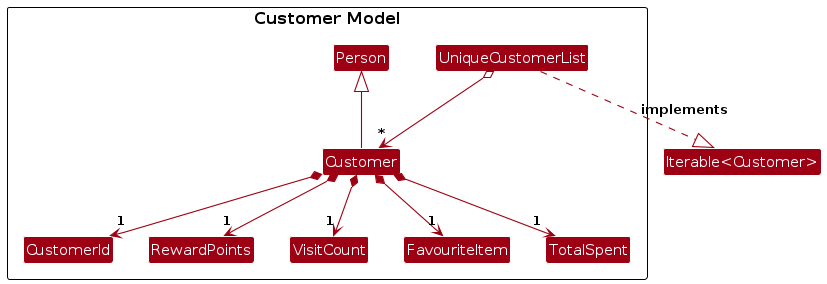
rannn367/tp keeps this PlantUML diagram as diagrams/CustomerModelClassDiagram.png. Above is the earlier version. Its source is kept beside it as diagrams/CustomerModelClassDiagram.puml. Its diagram source:
```plantuml
@startuml
!include style.puml
skinparam arrowThickness 1.1
skinparam arrowColor MODEL_COLOR
skinparam classBackgroundColor MODEL_COLOR

package "Customer Model" as CustomerModel {
    class Person

    class Customer {
        - customerId: CustomerId
        - rewardPoints: RewardPoints
        - visitCount: VisitCount
        - favouriteItem: FavouriteItem
        - totalSpent: TotalSpent
        + getCustomerId(): CustomerId
        + getRewardPoints(): RewardPoints
        + getVisitCount(): VisitCount
        + getFavouriteItem(): FavouriteItem
        + getTotalSpent(): TotalSpent
        + addRewardPoints(int): void
        + deductRewardPoints(int): void
        + incrementVisitCount(): void
        + updateTotalSpent(double): void
        + isSameCustomer(otherCustomer): boolean
        + equals(Object): boolean
        + hashCode(): int
        + toString(): String
    }

    class CustomerId {
        - {static} MESSAGE_CONSTRAINTS: String
        - {static} VALIDATION_REGEX: String
        - customerId: String
        + getCustomerId(): String
        + {static} isValidCustomerId(String): boolean
        + equals(Object): boolean
        + hashCode(): int
        + toString(): String
    }

    class RewardPoints {
        - {static} MESSAGE_CONSTRAINTS: String
        - points: int
        + getPoints(): int
        + {static} isValidPoints(int): boolean
        + equals(Object): boolean
        + hashCode(): int
        + toString(): String
    }

    class VisitCount {
        - {static} MESSAGE_CONSTRAINTS: String
        - count: int
        + getCount(): int
        + {static} isValidCount(int): boolean
        + equals(Object): boolean
        + hashCode(): int
        + toString(): String
    }

    class FavouriteItem {
        - {static} MESSAGE_CONSTRAINTS: String
        - item: String
        + getItem(): String
        + {static} isValidItem(String): boolean
        + equals(Object): boolean
        + hashCode(): int
        + toString(): String
    }

    class TotalSpent {
        - {static} MESSAGE_CONSTRAINTS: String
        - amount: double
        + getAmount(): double
        + {static} isValidAmount(double): boolean
        + equals(Object): boolean
        + hashCode(): int
        + toString(): String
    }

    class UniqueCustomerList {
        - internalList: ObservableList<Customer>
        - internalUnmodifiableList: ObservableList<Customer>
        + contains(Customer): boolean
        + add(Customer): void
        + setCustomer(Customer, Customer): void
        + remove(Customer): void
        + setCustomers(List<Customer>): void
        + setCustomers(UniqueCustomerList): void
        + asUnmodifiableObservableList(): ObservableList<Customer>
        + iterator(): Iterator<Customer>
        + equals(Object): boolean
        + hashCode(): int
        + toString(): String
        - customersAreUnique(List<Customer>): boolean
    }
}

Customer -up-|> Person
Customer *--> "1" CustomerId
Customer *--> "1" RewardPoints
Customer *--> "1" VisitCount
Customer *--> "1" FavouriteItem
Customer *--> "1" TotalSpent

UniqueCustomerList o--> "*" Customer
UniqueCustomerList ..|> "Iterable<Customer>" : implements

@enduml
```
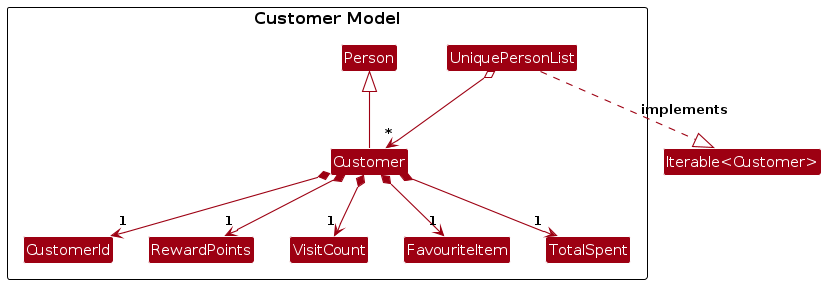
Later version of the same file.

The edit, as a diff of the source:
```diff
@@ -79,21 +79,22 @@
         + toString(): String
     }
 
-    class UniqueCustomerList {
-        - internalList: ObservableList<Customer>
-        - internalUnmodifiableList: ObservableList<Customer>
-        + contains(Customer): boolean
-        + add(Customer): void
-        + setCustomer(Customer, Customer): void
-        + remove(Customer): void
-        + setCustomers(List<Customer>): void
-        + setCustomers(UniqueCustomerList): void
-        + asUnmodifiableObservableList(): ObservableList<Customer>
-        + iterator(): Iterator<Customer>
+    class UniquePersonList {
+        - internalList: ObservableList<Person>
+        - internalUnmodifiableList: ObservableList<Person>
+        + contains(Person): boolean
+        + add(Person): void
+        + setPerson(Person, Person): void
+        + remove(Person): void
+        + setPersons(List<Person>): void
+        + setPersons(UniquePersonList): void
+        + asUnmodifiableObservableList(): ObservableList<Person>
+        + getFilteredList<T extends Person>(Class<T>): FilteredList<T>
+        + iterator(): Iterator<Person>
         + equals(Object): boolean
         + hashCode(): int
         + toString(): String
-        - customersAreUnique(List<Customer>): boolean
+        - personsAreUnique(List<Person>): boolean
     }
 }
 
@@ -104,7 +105,7 @@
 Customer *--> "1" FavouriteItem
 Customer *--> "1" TotalSpent
 
-UniqueCustomerList o--> "*" Customer
-UniqueCustomerList ..|> "Iterable<Customer>" : implements
+UniquePersonList o--> "*" Customer
+UniquePersonList ..|> "Iterable<Customer>" : implements
 
 @enduml
```
